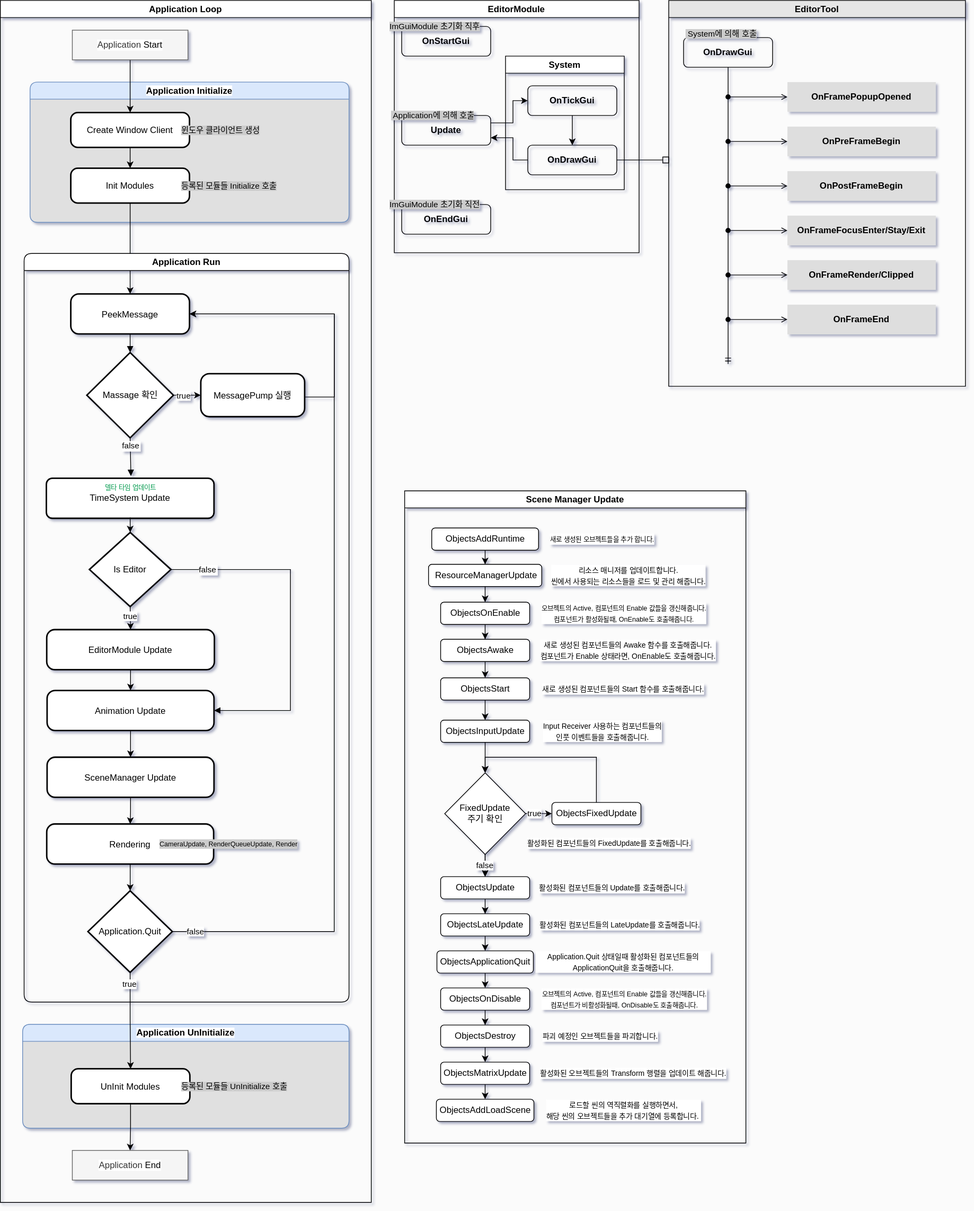
The draw.io diagram Diagram/GameEngineFlowChart.drawio.svg in Scarecrow37/VanishingGround, before a commit. Source tidied: cells renumbered, new cells last; positions are measured from the earlier drawing's top-left corner, leaving out a move shared by most shapes.
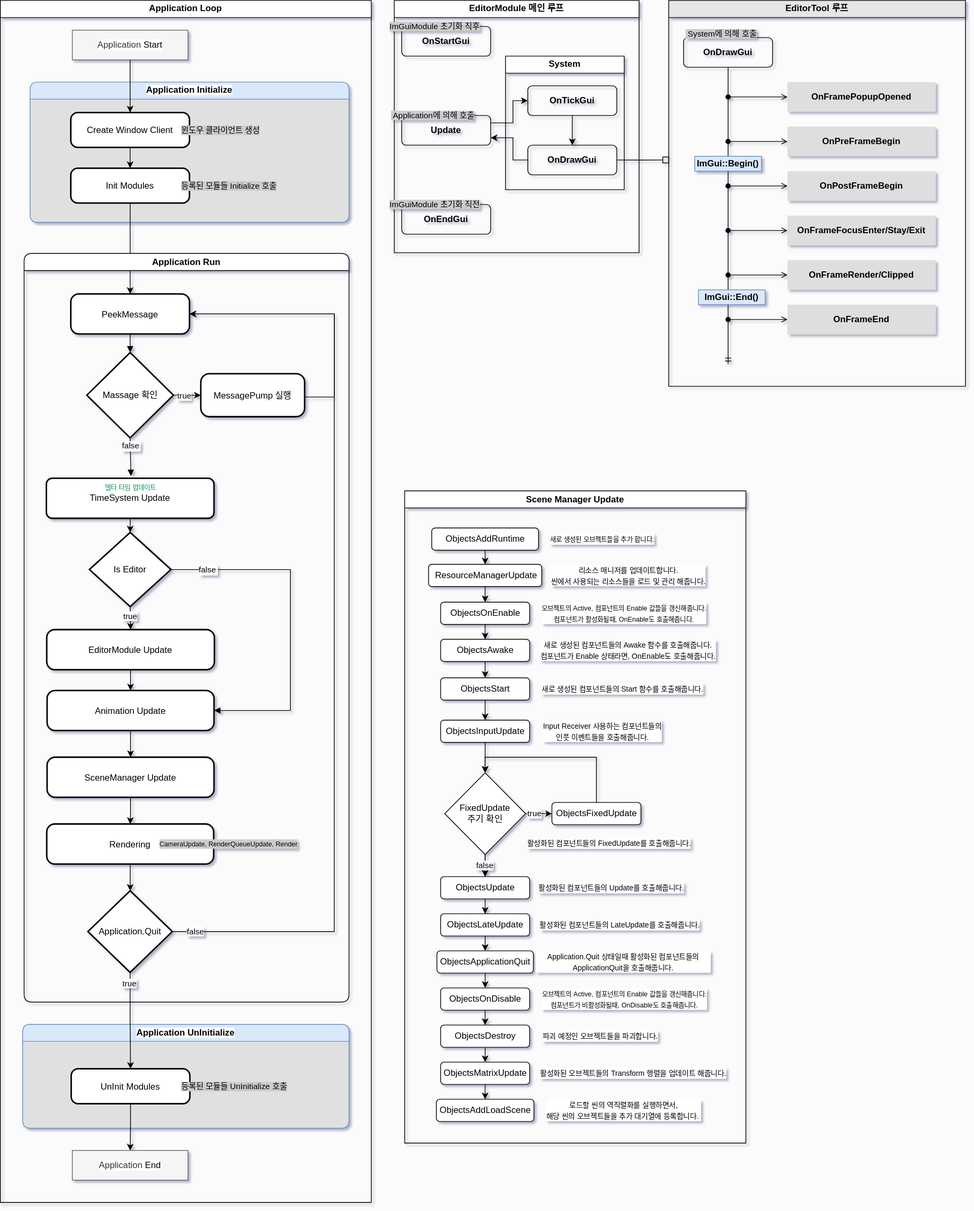
The same file after the commit.

Change to the diagram source:
```diff
@@ -288,7 +288,7 @@
     <mxCell id="89" value="&lt;span style=&quot;text-wrap-mode: nowrap;&quot;&gt;Application &lt;font color=&quot;#000000&quot;&gt;Start&lt;/font&gt;&lt;/span&gt;" style="rounded=0;whiteSpace=wrap;html=1;labelBackgroundColor=default;fillColor=#f5f5f5;fontColor=#333333;strokeColor=#666666;" parent="48" vertex="1">
       <mxGeometry x="97" y="40" width="155.9" height="40" as="geometry" />
     </mxCell>
-    <mxCell id="90" value="EditorModule" style="swimlane;whiteSpace=wrap;html=1;" parent="1" vertex="1">
+    <mxCell id="90" value="EditorModule 메인 루프" style="swimlane;whiteSpace=wrap;html=1;" parent="1" vertex="1">
       <mxGeometry x="531" width="330" height="340" as="geometry" />
     </mxCell>
     <mxCell id="91" value="OnStartGui" style="rounded=1;whiteSpace=wrap;html=1;fillColor=none;labelBackgroundColor=none;fontStyle=1;" parent="90" vertex="1">
@@ -342,7 +342,7 @@
     <mxCell id="103" value="ImGuiModule 초기화 직전" style="text;strokeColor=none;fillColor=none;align=left;verticalAlign=middle;spacingLeft=4;spacingRight=2;overflow=hidden;whiteSpace=wrap;html=1;spacing=0;spacingTop=0;labelBackgroundColor=#CCCCCC;labelBorderColor=none;fontSize=11;" parent="90" vertex="1">
       <mxGeometry x="-10" y="260" width="140" height="30" as="geometry" />
     </mxCell>
-    <mxCell id="104" value="EditorTool" style="swimlane;whiteSpace=wrap;html=1;fillColor=#E6E6E6;strokeColor=#000000;" parent="1" vertex="1">
+    <mxCell id="104" value="EditorTool 루프" style="swimlane;whiteSpace=wrap;html=1;fillColor=#E6E6E6;strokeColor=#000000;" parent="1" vertex="1">
       <mxGeometry x="901" width="400" height="520" as="geometry" />
     </mxCell>
     <mxCell id="105" value="OnPreFrameBegin" style="rounded=0;whiteSpace=wrap;html=1;fillColor=#DEDEDE;strokeColor=none;fontStyle=1;" parent="104" vertex="1">
@@ -405,5 +405,11 @@
     <mxCell id="119" value="&amp;nbsp;System에 의해 호출" style="text;strokeColor=none;fillColor=none;align=center;verticalAlign=middle;spacingLeft=4;spacingRight=2;overflow=hidden;whiteSpace=wrap;html=1;spacing=0;spacingTop=0;labelBackgroundColor=#CCCCCC;labelBorderColor=none;fontSize=11;" parent="104" vertex="1">
       <mxGeometry y="30" width="140" height="30" as="geometry" />
     </mxCell>
+    <mxCell id="120" value="ImGui::Begin()" style="rounded=0;whiteSpace=wrap;html=1;fillColor=#dae8fc;strokeColor=#6c8ebf;fontStyle=1;" parent="104" vertex="1">
+      <mxGeometry x="35" y="210" width="90" height="20" as="geometry" />
+    </mxCell>
+    <mxCell id="121" value="ImGui::End()" style="rounded=0;whiteSpace=wrap;html=1;fillColor=#dae8fc;strokeColor=#6c8ebf;fontStyle=1;" parent="104" vertex="1">
+      <mxGeometry x="40" y="390" width="90" height="20" as="geometry" />
+    </mxCell>
   </root>
 </mxGraphModel>
```
